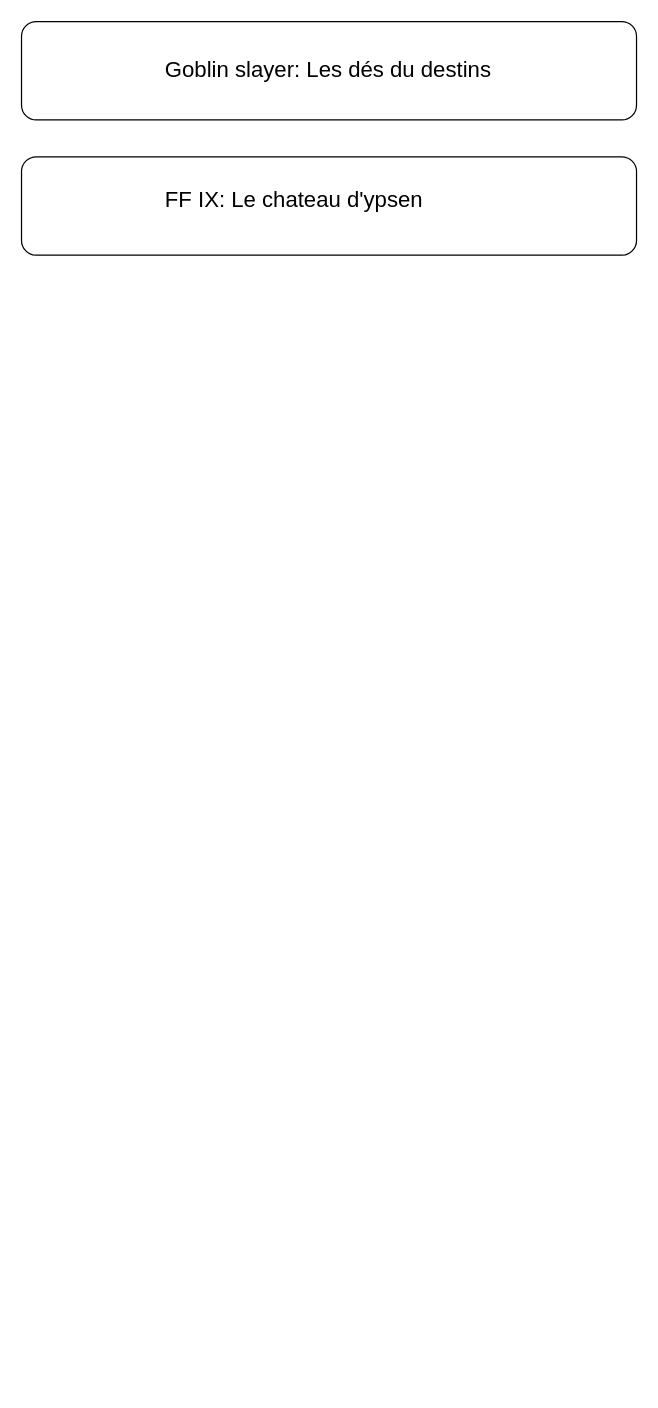
Before: page "Page-4" (4 of 4) of diagrame.drawio in vince-bourgmayer/OpenTileBattle, a draw.io diagram. Source tidied: cells renumbered, new cells numbered last; positions are measured from the earlier drawing's top-left corner, leaving out a move shared by most shapes. Both pictures are drawn from the tidied source at 123%, with x=0, y=0 at pixel (21, 21).
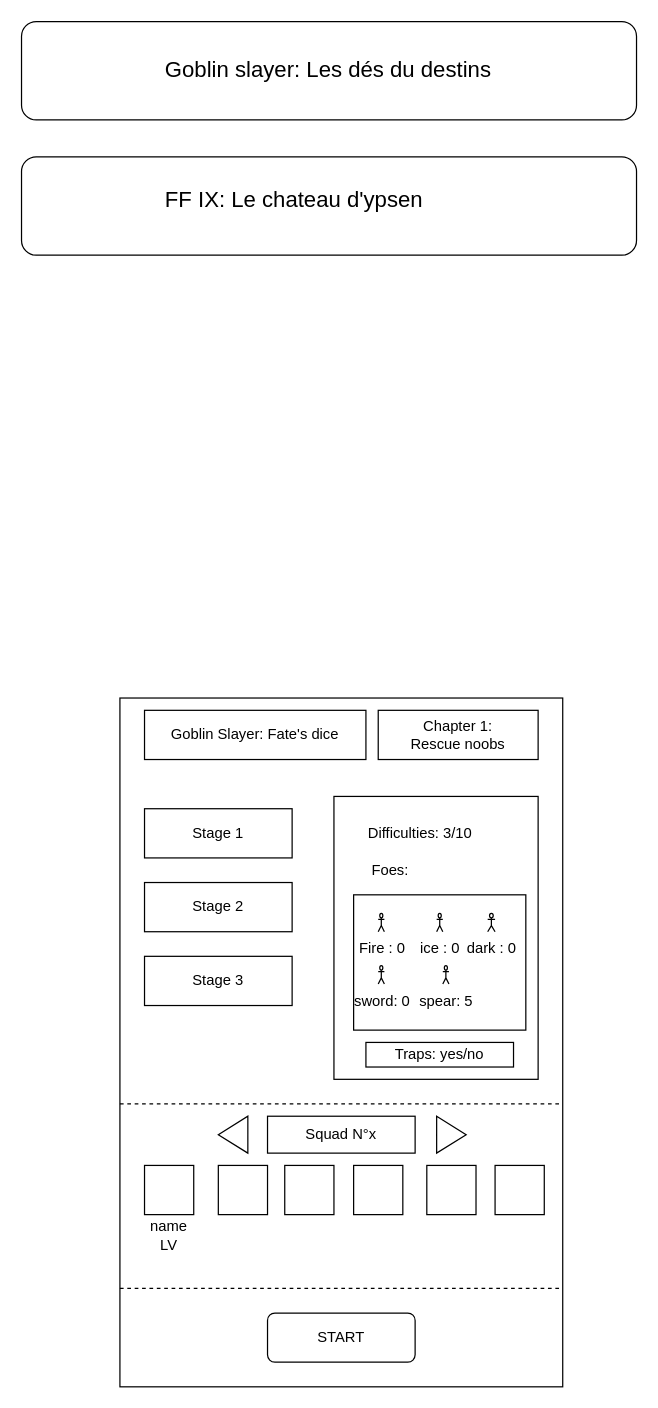
After the change.

Commit message (it also covers changes not shown here):
feat(Stage UX): implement basic element to display Stage's information before to start a battle

Diff of the diagram source:
```diff
@@
+    <mxCell id="6" style="rounded=0;whiteSpace=wrap;html=1;" parent="1" vertex="1">
+      <mxGeometry x="80" y="550" width="360" height="560" as="geometry" />
+    </mxCell>
+    <mxCell id="7" value="Goblin Slayer: Fate's dice" style="rounded=0;whiteSpace=wrap;html=1;" parent="1" vertex="1">
+      <mxGeometry x="100" y="560" width="180" height="40" as="geometry" />
+    </mxCell>
+    <mxCell id="8" value="Chapter 1:&lt;br&gt;Rescue noobs" style="rounded=0;whiteSpace=wrap;html=1;" parent="1" vertex="1">
+      <mxGeometry x="290" y="560" width="130" height="40" as="geometry" />
+    </mxCell>
+    <mxCell id="9" value="Stage 1" style="rounded=0;whiteSpace=wrap;html=1;" parent="1" vertex="1">
+      <mxGeometry x="100" y="640" width="120" height="40" as="geometry" />
+    </mxCell>
+    <mxCell id="10" value="Stage 2" style="rounded=0;whiteSpace=wrap;html=1;" parent="1" vertex="1">
+      <mxGeometry x="100" y="700" width="120" height="40" as="geometry" />
+    </mxCell>
+    <mxCell id="11" value="Stage 3" style="rounded=0;whiteSpace=wrap;html=1;" parent="1" vertex="1">
+      <mxGeometry x="100" y="760" width="120" height="40" as="geometry" />
+    </mxCell>
+    <mxCell id="12" style="endArrow=none;dashed=1;html=1;rounded=0;exitX=0;exitY=0.75;exitDx=0;exitDy=0;entryX=1;entryY=0.75;entryDx=0;entryDy=0;" parent="1" edge="1">
+      <mxGeometry relative="1" as="geometry">
+        <mxPoint x="80" y="880" as="sourcePoint" />
+        <mxPoint x="440" y="880" as="targetPoint" />
+      </mxGeometry>
+    </mxCell>
+    <mxCell id="13" style="rounded=0;whiteSpace=wrap;html=1;" parent="1" vertex="1">
+      <mxGeometry x="254" y="630" width="166" height="230" as="geometry" />
+    </mxCell>
+    <mxCell id="14" value="Difficulties: 3/10" style="text;html=1;strokeColor=none;fillColor=none;align=left;verticalAlign=middle;whiteSpace=wrap;rounded=0;" parent="1" vertex="1">
+      <mxGeometry x="280" y="645" width="120" height="30" as="geometry" />
+    </mxCell>
+    <mxCell id="15" value="Foes:" style="text;html=1;strokeColor=none;fillColor=none;align=center;verticalAlign=middle;whiteSpace=wrap;rounded=0;" parent="1" vertex="1">
+      <mxGeometry x="270" y="675" width="60" height="30" as="geometry" />
+    </mxCell>
+    <mxCell id="16" style="rounded=0;whiteSpace=wrap;html=1;" parent="1" vertex="1">
+      <mxGeometry x="270" y="710" width="140" height="110" as="geometry" />
+    </mxCell>
+    <mxCell id="17" value="Fire : 0" style="shape=umlActor;verticalLabelPosition=bottom;verticalAlign=top;html=1;" parent="1" vertex="1">
+      <mxGeometry x="290" y="725" width="5" height="15" as="geometry" />
+    </mxCell>
+    <mxCell id="18" value="ice : 0" style="shape=umlActor;verticalLabelPosition=bottom;verticalAlign=top;html=1;" parent="1" vertex="1">
+      <mxGeometry x="337.5" y="725" width="5" height="15" as="geometry" />
+    </mxCell>
+    <mxCell id="19" value="dark : 0" style="shape=umlActor;verticalLabelPosition=bottom;verticalAlign=top;html=1;" parent="1" vertex="1">
+      <mxGeometry x="379" y="725" width="6" height="15" as="geometry" />
+    </mxCell>
+    <mxCell id="20" value="sword: 0" style="shape=umlActor;verticalLabelPosition=bottom;verticalAlign=top;html=1;" parent="1" vertex="1">
+      <mxGeometry x="290" y="767.5" width="5" height="15" as="geometry" />
+    </mxCell>
+    <mxCell id="21" value="spear: 5" style="shape=umlActor;verticalLabelPosition=bottom;verticalAlign=top;html=1;" parent="1" vertex="1">
+      <mxGeometry x="342.5" y="767.5" width="5" height="15" as="geometry" />
+    </mxCell>
+    <mxCell id="22" value="Traps: yes/no" style="rounded=0;whiteSpace=wrap;html=1;" parent="1" vertex="1">
+      <mxGeometry x="280" y="830" width="120" height="20" as="geometry" />
+    </mxCell>
+    <mxCell id="23" style="endArrow=none;dashed=1;html=1;rounded=0;exitX=0;exitY=0.75;exitDx=0;exitDy=0;entryX=1;entryY=0.75;entryDx=0;entryDy=0;" parent="1" edge="1">
+      <mxGeometry relative="1" as="geometry">
+        <mxPoint x="80" y="1030" as="sourcePoint" />
+        <mxPoint x="440" y="1030" as="targetPoint" />
+      </mxGeometry>
+    </mxCell>
+    <mxCell id="24" value="Squad N°x" style="rounded=0;whiteSpace=wrap;html=1;" parent="1" vertex="1">
+      <mxGeometry x="200" y="890" width="120" height="30" as="geometry" />
+    </mxCell>
+    <mxCell id="25" style="triangle;whiteSpace=wrap;html=1;" parent="1" vertex="1">
+      <mxGeometry x="337.5" y="890" width="24" height="30" as="geometry" />
+    </mxCell>
+    <mxCell id="26" style="triangle;whiteSpace=wrap;html=1;rotation=-180;" parent="1" vertex="1">
+      <mxGeometry x="160" y="890" width="24" height="30" as="geometry" />
+    </mxCell>
+    <mxCell id="27" style="rounded=0;whiteSpace=wrap;html=1;" parent="1" vertex="1">
+      <mxGeometry x="100" y="930" width="40" height="40" as="geometry" />
+    </mxCell>
+    <mxCell id="28" style="rounded=0;whiteSpace=wrap;html=1;" parent="1" vertex="1">
+      <mxGeometry x="160" y="930" width="40" height="40" as="geometry" />
+    </mxCell>
+    <mxCell id="29" style="rounded=0;whiteSpace=wrap;html=1;" parent="1" vertex="1">
+      <mxGeometry x="214" y="930" width="40" height="40" as="geometry" />
+    </mxCell>
+    <mxCell id="30" style="rounded=0;whiteSpace=wrap;html=1;" parent="1" vertex="1">
+      <mxGeometry x="270" y="930" width="40" height="40" as="geometry" />
+    </mxCell>
+    <mxCell id="31" style="rounded=0;whiteSpace=wrap;html=1;" parent="1" vertex="1">
+      <mxGeometry x="329.5" y="930" width="40" height="40" as="geometry" />
+    </mxCell>
+    <mxCell id="32" style="rounded=0;whiteSpace=wrap;html=1;" parent="1" vertex="1">
+      <mxGeometry x="385" y="930" width="40" height="40" as="geometry" />
+    </mxCell>
+    <mxCell id="33" value="START" style="rounded=1;whiteSpace=wrap;html=1;" parent="1" vertex="1">
+      <mxGeometry x="200" y="1050" width="120" height="40" as="geometry" />
+    </mxCell>
+    <mxCell id="34" value="name" style="text;html=1;strokeColor=none;fillColor=none;align=center;verticalAlign=middle;whiteSpace=wrap;rounded=0;" parent="1" vertex="1">
+      <mxGeometry x="90" y="970" width="60" height="20" as="geometry" />
+    </mxCell>
+    <mxCell id="35" value="LV" style="text;html=1;strokeColor=none;fillColor=none;align=center;verticalAlign=middle;whiteSpace=wrap;rounded=0;" parent="1" vertex="1">
+      <mxGeometry x="90" y="990" width="60" height="10" as="geometry" />
+    </mxCell>
```
